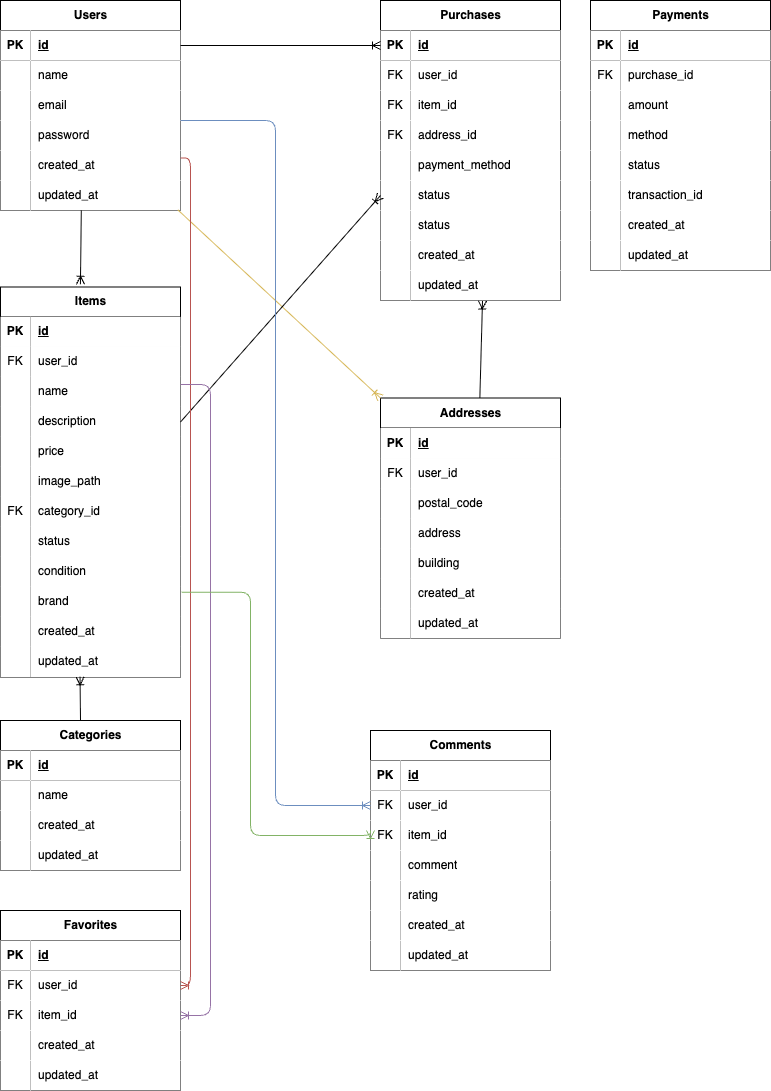
Before: er.drawio.png, a diagram exported from draw.io (k-sakata1988/freemarketsite_mogianken). Source tidied: cells renumbered, new cells last; positions are measured from the earlier drawing's top-left corner, leaving out a move shared by most shapes.
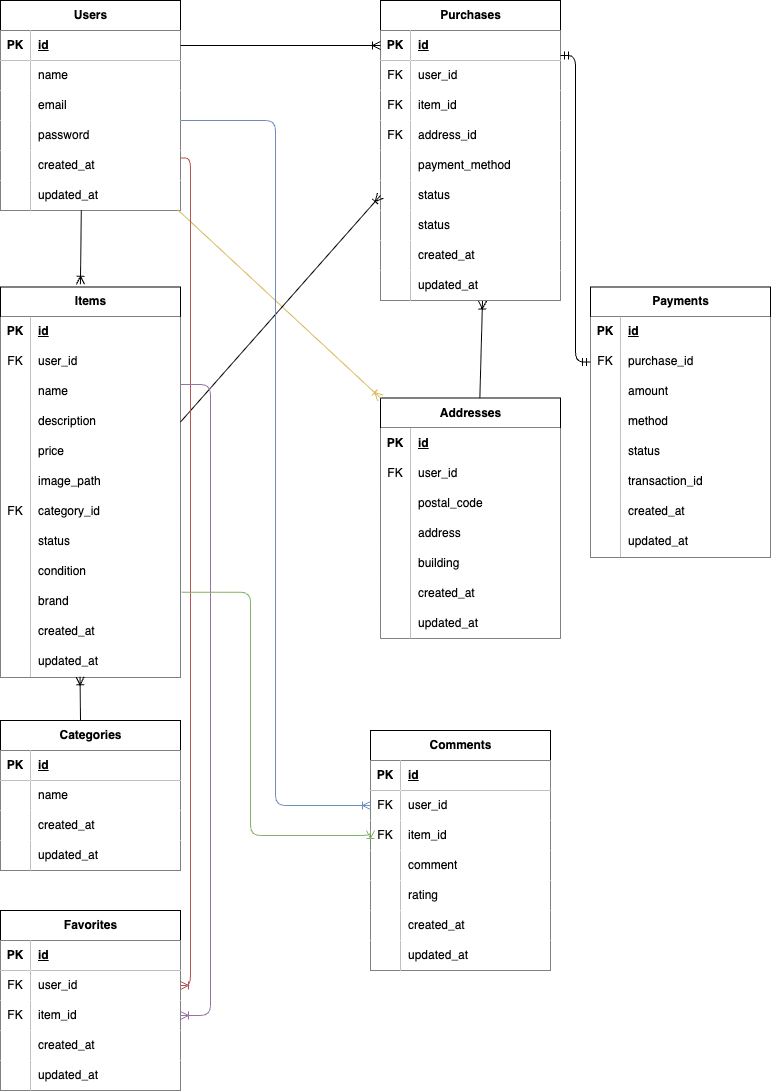
Later version of the same file.

What changed in the source:
```diff
@@ -521,7 +521,7 @@
       </mxGeometry>
     </mxCell>
     <mxCell id="169" value="Payments" style="shape=table;startSize=30;rowLines=0;fontStyle=1;align=center;html=1;" parent="1" vertex="1">
-      <mxGeometry x="590" width="180" height="270" as="geometry" />
+      <mxGeometry x="590" y="286.5" width="180" height="270" as="geometry" />
     </mxCell>
     <mxCell id="170" style="shape=tableRow;horizontal=0;startSize=0;swimlaneHead=0;swimlaneBody=0;fillColor=none;top=0;left=0;right=0;bottom=1;" parent="169" vertex="1">
       <mxGeometry y="30" width="180" height="30" as="geometry" />
@@ -595,5 +595,8 @@
     <mxCell id="193" value="updated_at" style="shape=partialRectangle;fillColor=default;top=0;left=0;bottom=0;right=0;align=left;spacingLeft=6;overflow=hidden;whiteSpace=wrap;html=1;" parent="191" vertex="1">
       <mxGeometry x="30" width="150" height="30" as="geometry" />
     </mxCell>
+    <mxCell id="194" style="edgeStyle=elbowEdgeStyle;fontSize=12;html=1;endArrow=ERmandOne;startArrow=ERmandOne;entryX=0;entryY=0.5;entryDx=0;entryDy=0;exitX=1;exitY=0.833;exitDx=0;exitDy=0;exitPerimeter=0;" parent="1" edge="1" source="59" target="173">
+      <mxGeometry relative="1" as="geometry" />
+    </mxCell>
   </root>
 </mxGraphModel>
```
